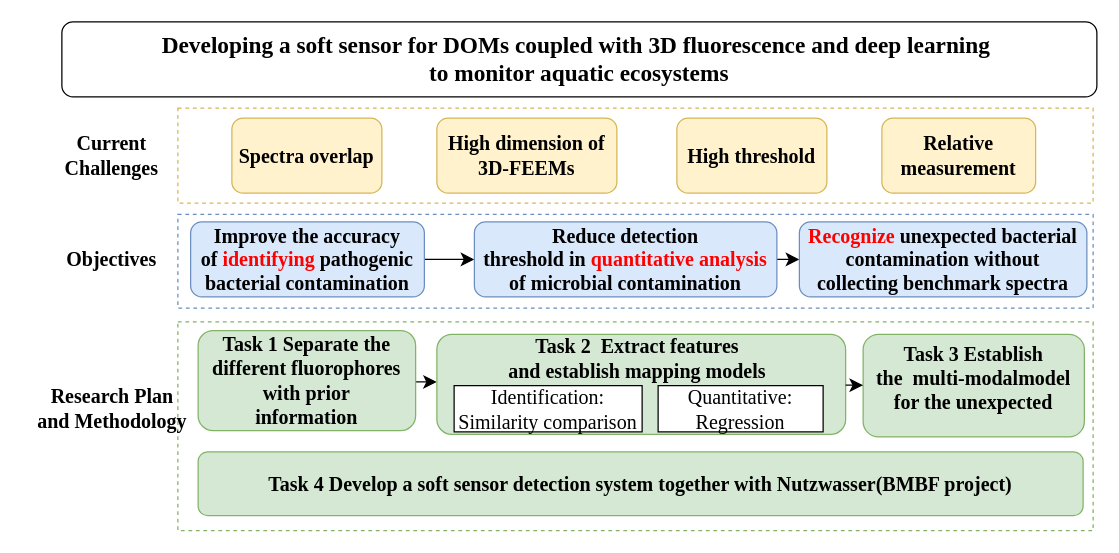
Earlier version of the draw.io diagram he's lab rp/rp_he.drawio (chbambooshoot/digram). Source tidied: cells renumbered, new cells numbered last; positions are measured from the earlier drawing's top-left corner, leaving out a move shared by most shapes. Both pictures are drawn from the tidied source at 125%, with x=0, y=0 at pixel (21, 21).
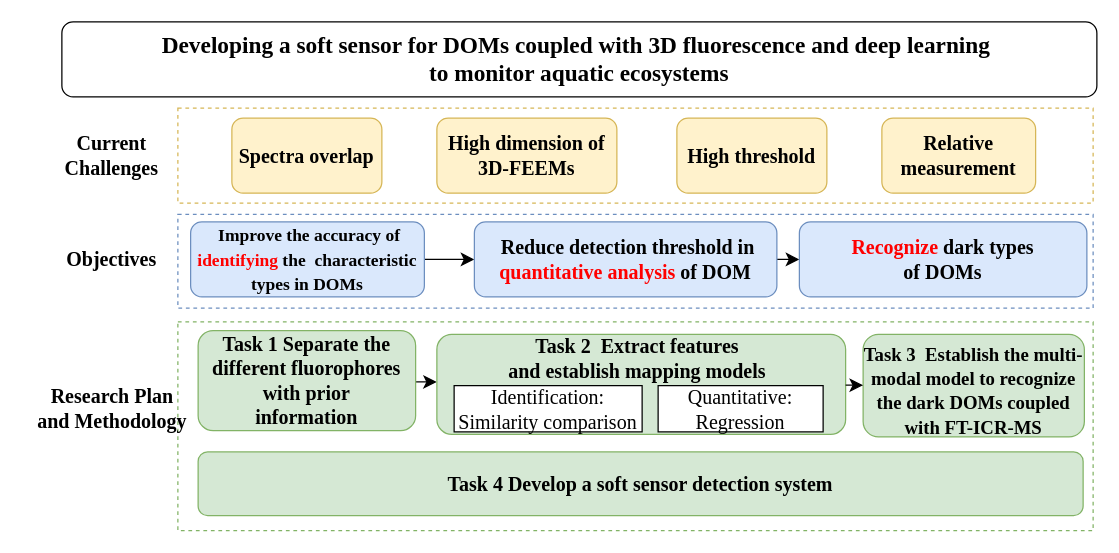
After the change.

Change to the diagram source:
```diff
@@
-    <mxCell id="13" value="&lt;a name=&quot;_Hlk170631194&quot;&gt;&lt;span style=&quot;font-size:12.0pt;font-family:&amp;quot;Times New Roman&amp;quot;,serif;mso-fareast-font-family:&lt;br/&gt;等线;mso-fareast-theme-font:minor-fareast;mso-font-kerning:1.0pt;mso-ansi-language:&lt;br/&gt;EN-US;mso-fareast-language:ZH-CN;mso-bidi-language:AR-SA&quot; lang=&quot;EN-US&quot;&gt;Improve the accuracy&lt;br&gt;of &lt;font color=&quot;#ff0000&quot;&gt;identifying&lt;/font&gt; pathogenic bacterial contamination&lt;/span&gt;&lt;/a&gt;" style="rounded=1;whiteSpace=wrap;html=1;fontSize=16;fillColor=#dae8fc;strokeColor=#6c8ebf;fontFamily=Times New Roman;fontStyle=1;" parent="1" vertex="1">
+    <mxCell id="13" value="&lt;span style=&quot;font-size: 14px; font-family: &amp;quot;Times New Roman&amp;quot;, serif;&quot;&gt;&amp;nbsp;&lt;a name=&quot;_Hlk170631194&quot;&gt;&lt;span lang=&quot;EN-US&quot;&gt;Improve the accuracy of &lt;font color=&quot;#ff0000&quot;&gt;identifying&lt;/font&gt;&lt;/span&gt;&lt;/a&gt;&lt;span lang=&quot;EN-US&quot;&gt;&lt;font color=&quot;#ff0000&quot;&gt; &lt;/font&gt;the&amp;nbsp; characteristic&lt;br&gt;types in DOMs&lt;/span&gt;&lt;/span&gt;" style="rounded=1;whiteSpace=wrap;html=1;fontSize=16;fillColor=#dae8fc;strokeColor=#6c8ebf;fontFamily=Times New Roman;fontStyle=1;" parent="1" vertex="1">
       <mxGeometry x="135" y="160" width="187" height="60" as="geometry" />
     </mxCell>
@@
-    <mxCell id="15" value="&lt;a name=&quot;_Hlk170631204&quot;&gt;&lt;span style=&quot;font-size:12.0pt;font-family:&amp;quot;Times New Roman&amp;quot;,serif;mso-fareast-font-family:&lt;br/&gt;等线;mso-fareast-theme-font:minor-fareast;mso-font-kerning:1.0pt;mso-ansi-language:&lt;br/&gt;EN-US;mso-fareast-language:ZH-CN;mso-bidi-language:AR-SA&quot; lang=&quot;EN-US&quot;&gt;Reduce detection&lt;br&gt;threshold in &lt;font color=&quot;#ff0000&quot;&gt;quantitative analysis&lt;/font&gt; of microbial contamination&lt;/span&gt;&lt;/a&gt;" style="whiteSpace=wrap;html=1;fontSize=16;rounded=1;fillColor=#dae8fc;strokeColor=#6c8ebf;fontFamily=Times New Roman;fontStyle=1;" parent="1" vertex="1">
+    <mxCell id="15" value="&lt;span style=&quot;font-size:12.0pt;font-family:&amp;quot;Times New Roman&amp;quot;,serif;&lt;br/&gt;mso-fareast-font-family:等线;mso-fareast-theme-font:minor-fareast;mso-font-kerning:&lt;br/&gt;1.0pt;mso-ansi-language:EN-US;mso-fareast-language:ZH-CN;mso-bidi-language:&lt;br/&gt;AR-SA&quot;&gt;&amp;nbsp;&lt;a name=&quot;_Hlk170631204&quot;&gt;&lt;span lang=&quot;EN-US&quot;&gt;Reduce detection threshold in &lt;font color=&quot;#ff0000&quot;&gt;quantitative analysis&lt;/font&gt; of &lt;/span&gt;&lt;/a&gt;&lt;span lang=&quot;EN-US&quot;&gt;DOM&lt;/span&gt;&lt;/span&gt;" style="whiteSpace=wrap;html=1;fontSize=16;rounded=1;fillColor=#dae8fc;strokeColor=#6c8ebf;fontFamily=Times New Roman;fontStyle=1;" parent="1" vertex="1">
       <mxGeometry x="362" y="160" width="242" height="60" as="geometry" />
     </mxCell>
-    <mxCell id="16" value="&lt;a name=&quot;_Hlk170631226&quot;&gt;&lt;span style=&quot;font-size:12.0pt;font-family:&amp;quot;Times New Roman&amp;quot;,serif;mso-fareast-font-family:&lt;br/&gt;等线;mso-fareast-theme-font:minor-fareast;mso-font-kerning:1.0pt;mso-ansi-language:&lt;br/&gt;EN-US;mso-fareast-language:ZH-CN;mso-bidi-language:AR-SA&quot; lang=&quot;EN-US&quot;&gt;&lt;font color=&quot;#ff0000&quot;&gt;Recognize&lt;/font&gt; unexpected bacterial&lt;br&gt;contamination without collecting&amp;nbsp;&lt;span class=&quot;PARAIndentChar&quot;&gt;&lt;span style=&quot;font-size:12.0pt;mso-bidi-font-family:&amp;quot;Times New Roman&amp;quot;;mso-font-kerning:&lt;br/&gt;1.0pt;mso-ansi-language:EN-US;mso-fareast-language:ZH-CN;mso-bidi-language:&lt;br/&gt;AR-SA&quot; lang=&quot;EN-US&quot;&gt;benchmark&lt;/span&gt;&lt;/span&gt;&lt;span class=&quot;PARAIndentChar&quot;&gt;&lt;span style=&quot;font-size:12.0pt;mso-bidi-font-family:&amp;quot;Times New Roman&amp;quot;;mso-font-kerning:&lt;br/&gt;1.0pt;mso-ansi-language:EN-US;mso-bidi-language:AR-SA&quot; lang=&quot;EN-US&quot;&gt;&amp;nbsp;&lt;/span&gt;&lt;/span&gt;spectra&lt;/span&gt;&lt;/a&gt;" style="whiteSpace=wrap;html=1;fontSize=16;rounded=1;fillColor=#dae8fc;strokeColor=#6c8ebf;fontFamily=Times New Roman;fontStyle=1;" parent="1" vertex="1">
+    <mxCell id="16" value="&lt;a name=&quot;_Hlk170631226&quot;&gt;&lt;span style=&quot;font-size:12.0pt;font-family:&amp;quot;Times New Roman&amp;quot;,serif;mso-fareast-font-family:&lt;br/&gt;等线;mso-fareast-theme-font:minor-fareast;mso-font-kerning:1.0pt;mso-ansi-language:&lt;br/&gt;EN-US;mso-fareast-language:ZH-CN;mso-bidi-language:AR-SA&quot; lang=&quot;EN-US&quot;&gt;&lt;font color=&quot;#ff0000&quot;&gt;Recognize &lt;/font&gt;dark types&lt;br/&gt;of DOMs&lt;/span&gt;&lt;/a&gt;" style="whiteSpace=wrap;html=1;fontSize=16;rounded=1;fillColor=#dae8fc;strokeColor=#6c8ebf;fontFamily=Times New Roman;fontStyle=1;" parent="1" vertex="1">
       <mxGeometry x="622" y="160" width="230" height="60" as="geometry" />
     </mxCell>
@@
-    <mxCell id="19" value="&lt;span&gt;Task 4&amp;nbsp;&lt;/span&gt;&lt;span style=&quot;font-size:12.0pt;font-family:&lt;br/&gt;&amp;quot;Times New Roman&amp;quot;,serif;mso-fareast-font-family:等线;mso-fareast-theme-font:minor-fareast;&lt;br/&gt;mso-font-kerning:1.0pt;mso-ansi-language:EN-US;mso-fareast-language:ZH-CN;&lt;br/&gt;mso-bidi-language:AR-SA&quot; lang=&quot;EN-US&quot;&gt;Develop a soft sensor detection system&amp;nbsp;&lt;/span&gt;&lt;span style=&quot;font-size:12.0pt;font-family:&lt;br/&gt;&amp;quot;Times New Roman&amp;quot;,serif;mso-fareast-font-family:等线;mso-fareast-theme-font:minor-fareast;&lt;br/&gt;mso-font-kerning:1.0pt;mso-ansi-language:EN-US;mso-fareast-language:ZH-CN;&lt;br/&gt;mso-bidi-language:AR-SA&quot; lang=&quot;EN-US&quot;&gt;together with Nutzwasser(BMBF project)&lt;/span&gt;" style="rounded=1;whiteSpace=wrap;html=1;fontSize=16;fillColor=#d5e8d4;strokeColor=#82b366;fontFamily=Times New Roman;fontStyle=1;" parent="1" vertex="1">
+    <mxCell id="19" value="&lt;span&gt;Task 4&amp;nbsp;&lt;/span&gt;&lt;span style=&quot;font-size:12.0pt;font-family:&lt;br/&gt;&amp;quot;Times New Roman&amp;quot;,serif;mso-fareast-font-family:等线;mso-fareast-theme-font:minor-fareast;&lt;br/&gt;mso-font-kerning:1.0pt;mso-ansi-language:EN-US;mso-fareast-language:ZH-CN;&lt;br/&gt;mso-bidi-language:AR-SA&quot; lang=&quot;EN-US&quot;&gt;Develop a soft sensor detection system&lt;/span&gt;" style="rounded=1;whiteSpace=wrap;html=1;fontSize=16;fillColor=#d5e8d4;strokeColor=#82b366;fontFamily=Times New Roman;fontStyle=1;" parent="1" vertex="1">
       <mxGeometry x="141" y="344" width="708" height="51" as="geometry" />
     </mxCell>
@@
-    <mxCell id="26" value="&lt;span&gt;Task 3&amp;nbsp;&lt;/span&gt;&lt;span style=&quot;font-size:12.0pt;font-family:&lt;br/&gt;&amp;quot;Times New Roman&amp;quot;,serif;mso-fareast-font-family:等线;mso-fareast-theme-font:minor-fareast;&lt;br/&gt;mso-font-kerning:1.0pt;mso-ansi-language:EN-US;mso-fareast-language:ZH-CN;&lt;br/&gt;mso-bidi-language:AR-SA&quot; lang=&quot;EN-US&quot;&gt;Establish the&amp;nbsp;&lt;span style=&quot;font-size:12.0pt;font-family:&amp;quot;Times New Roman&amp;quot;,serif;&lt;br/&gt;mso-fareast-font-family:等线;mso-fareast-theme-font:minor-fareast;mso-font-kerning:&lt;br/&gt;1.0pt;mso-ansi-language:EN-US;mso-fareast-language:ZH-CN;mso-bidi-language:&lt;br/&gt;AR-SA&quot;&gt;&amp;nbsp;&lt;span lang=&quot;EN-US&quot;&gt;multi-modal&lt;/span&gt;&lt;/span&gt;model for the unexpected&lt;/span&gt;" style="whiteSpace=wrap;html=1;fontSize=16;fontFamily=Times New Roman;verticalAlign=top;fillColor=#d5e8d4;strokeColor=#82b366;rounded=1;fontStyle=1;" parent="1" vertex="1">
+    <mxCell id="26" value="&lt;font style=&quot;font-size: 15px;&quot;&gt;&lt;span&gt;Task 3&amp;nbsp;&lt;/span&gt;&lt;span style=&quot;font-family: &amp;quot;Times New Roman&amp;quot;, serif;&quot;&gt;&amp;nbsp;&lt;span style=&quot;&quot; lang=&quot;EN-US&quot;&gt;Establish the multi-modal&amp;nbsp;model to recognize the dark DOMs coupled with FT-ICR-MS&lt;/span&gt;&lt;/span&gt;&lt;/font&gt;" style="whiteSpace=wrap;html=1;fontSize=16;fontFamily=Times New Roman;verticalAlign=top;fillColor=#d5e8d4;strokeColor=#82b366;rounded=1;fontStyle=1;" parent="1" vertex="1">
       <mxGeometry x="673" y="250" width="177" height="82" as="geometry" />
     </mxCell>
```
